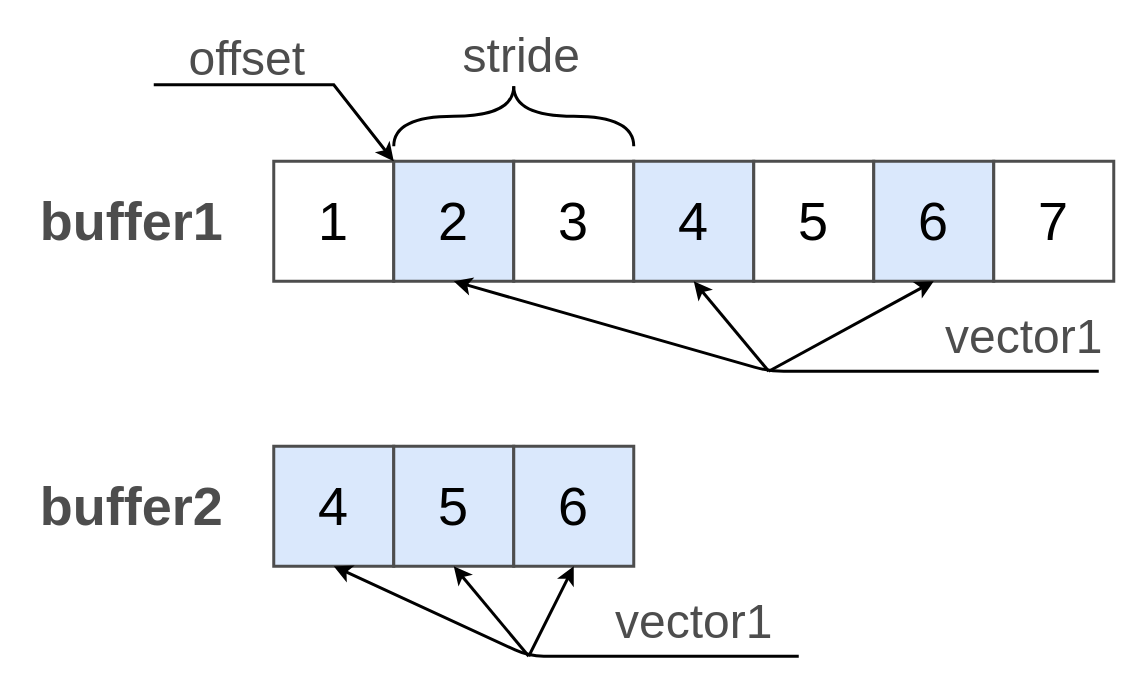
This is page "FromRangeAndStride" (1 of 3) of doc/img/VectorAdapterFrom.drawio from Wandalen/wMathVector, a draw.io file, before an edit. Source tidied: cells renumbered, new cells numbered last; positions are measured from the earlier drawing's top-left corner, leaving out a move shared by most shapes. Both pictures are drawn from the tidied source at 150%, with x=0, y=0 at pixel (26, 26).
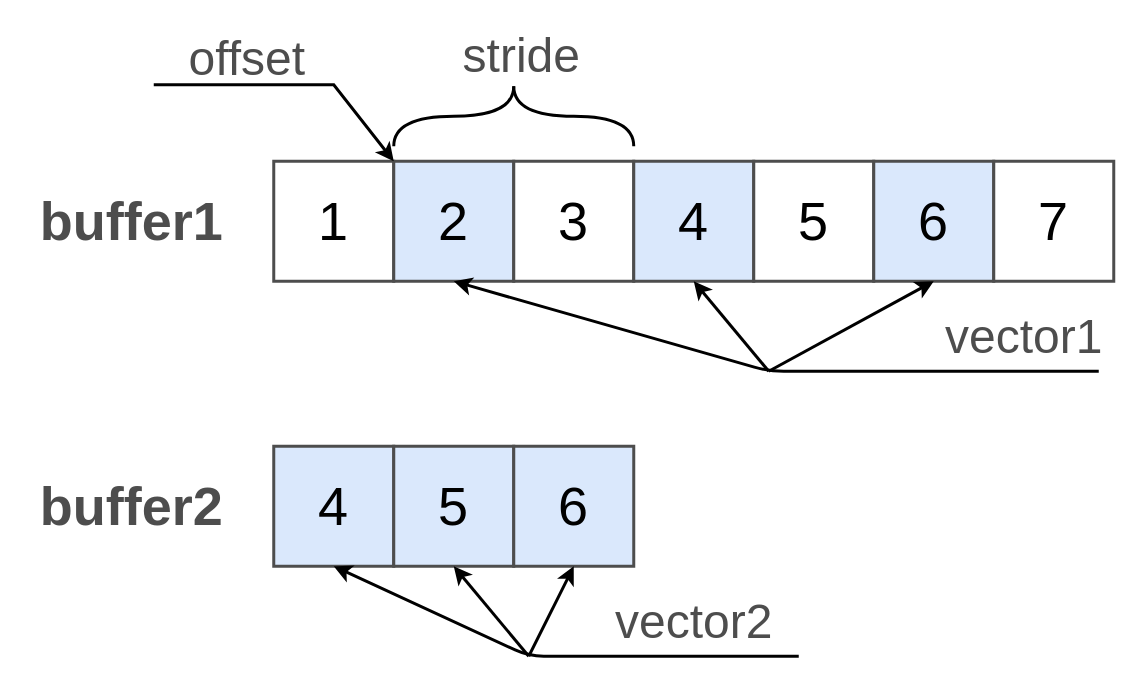
The same diagram, later.

What changed in the source:
```diff
@@
-    <mxCell id="24" value="vector1" style="text;html=1;align=center;verticalAlign=middle;fontSize=32;fontColor=#4D4D4D;" parent="1" vertex="1">
+    <mxCell id="24" value="vector2" style="text;html=1;align=center;verticalAlign=middle;fontSize=32;fontColor=#4D4D4D;" parent="1" vertex="1">
       <mxGeometry x="385" y="377" width="120" height="40" as="geometry" />
     </mxCell>
```
